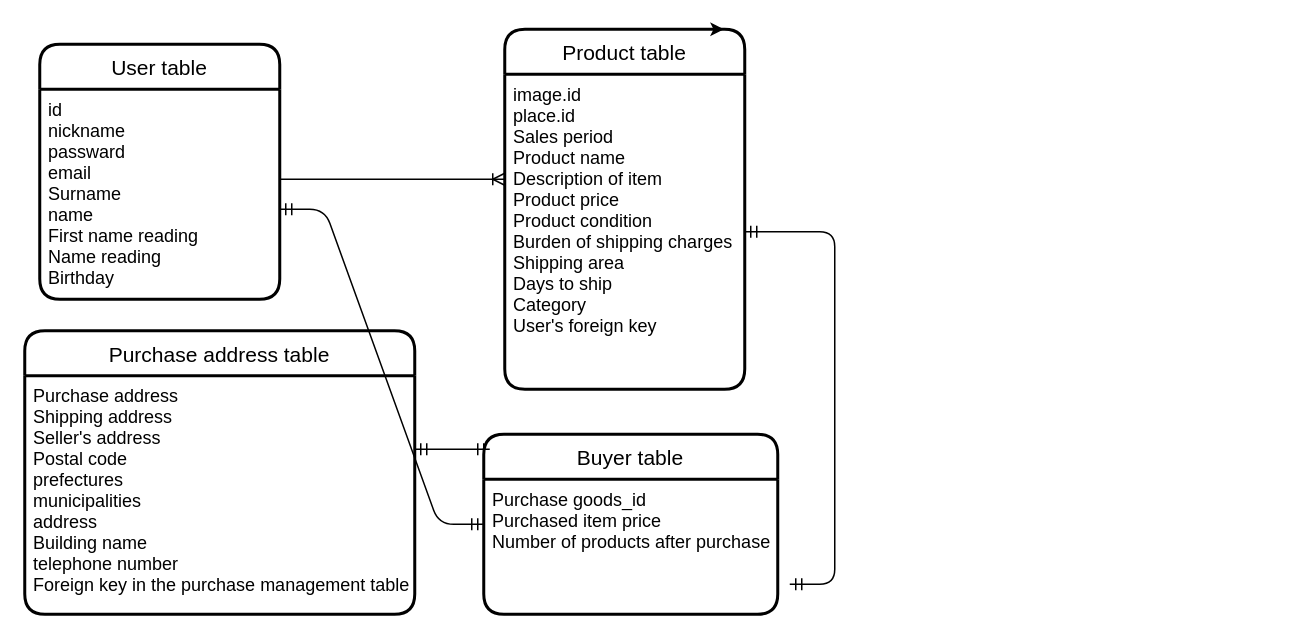
Above: REDEME.dio in KAWAUchi1013/furima-37180 (draw.io), before the change. Source tidied: cells renumbered, new cells numbered last; positions are measured from the earlier drawing's top-left corner, leaving out a move shared by most shapes. Both pictures are drawn from the tidied source at 150%, with x=0, y=0 at pixel (24, 28).
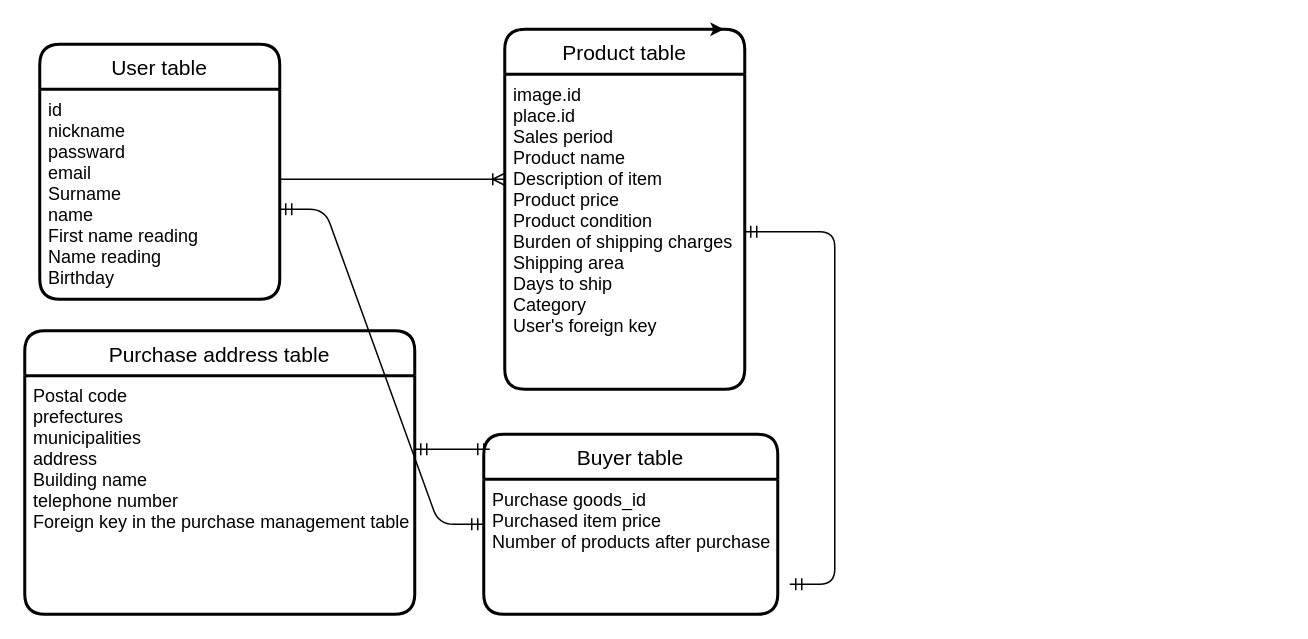
The same diagram, later.

Change to the diagram source:
```diff
@@
 <mxGraphModel>
   <root>
     <mxCell id="0" />
     <mxCell id="1" parent="0" />
     <mxCell id="2" value="User table" style="swimlane;horizontal=1;startSize=30;rounded=1;fontSize=14;fontStyle=0;strokeWidth=2;shadow=0;dashed=0;align=center;" parent="1" vertex="1">
       <mxGeometry x="10" y="10" width="160" height="170" as="geometry" />
     </mxCell>
     <mxCell id="3" value="id&#10;nickname&#10;passward&#10;email&#10;Surname&#10;name&#10;First name reading&#10;Name reading&#10;Birthday" style="align=left;strokeColor=none;fillColor=none;spacingLeft=4;fontSize=12;verticalAlign=top;" parent="2" vertex="1">
       <mxGeometry y="30" width="160" height="140" as="geometry" />
     </mxCell>
     <mxCell id="4" value="Product table" style="swimlane;horizontal=1;startSize=30;rounded=1;fontSize=14;fontStyle=0;strokeWidth=2;shadow=0;dashed=0;align=center;" parent="1" vertex="1">
       <mxGeometry x="320" width="160" height="240" as="geometry" />
     </mxCell>
     <mxCell id="5" value="image.id　　　　　　　　　　　　　　　　　　　　　　　　　　　　　　　　　　　　　　　&#10;place.id&#10;Sales period&#10;Product name&#10;Description of item&#10;Product price&#10;Product condition&#10;Burden of shipping charges&#10;Shipping area&#10;Days to ship&#10;Category&#10;User's foreign key" style="align=left;strokeColor=none;fillColor=none;spacingLeft=4;fontSize=12;verticalAlign=top;" parent="4" vertex="1">
       <mxGeometry y="30" width="160" height="210" as="geometry" />
     </mxCell>
     <mxCell id="6" value="Buyer table" style="swimlane;horizontal=1;startSize=30;rounded=1;fontSize=14;fontStyle=0;strokeWidth=2;shadow=0;dashed=0;align=center;" parent="1" vertex="1">
       <mxGeometry x="306" y="270" width="196" height="120" as="geometry" />
     </mxCell>
     <mxCell id="7" value="Purchase goods_id&#10;Purchased item price&#10;Number of products after purchase&#10;" style="align=left;strokeColor=none;fillColor=none;spacingLeft=4;fontSize=12;verticalAlign=top;" parent="6" vertex="1">
       <mxGeometry y="30" width="196" height="90" as="geometry" />
     </mxCell>
     <mxCell id="8" style="edgeStyle=entityRelationEdgeStyle;fontSize=12;html=1;endArrow=ERoneToMany;" parent="1" edge="1">
       <mxGeometry relative="1" as="geometry">
         <mxPoint x="170" y="100" as="sourcePoint" />
         <mxPoint x="320" y="100" as="targetPoint" />
       </mxGeometry>
     </mxCell>
     <mxCell id="9" value="Purchase address table" style="swimlane;horizontal=1;startSize=30;rounded=1;fontSize=14;fontStyle=0;strokeWidth=2;shadow=0;dashed=0;align=center;direction=east;" parent="1" vertex="1">
       <mxGeometry y="201" width="260" height="189" as="geometry" />
     </mxCell>
-    <mxCell id="10" value="Purchase address&#10;Shipping address&#10;Seller's address&#10;Postal code&#10;prefectures&#10;municipalities&#10;address&#10;Building name&#10;telephone number&#10;Foreign key in the purchase management table" style="align=left;strokeColor=none;fillColor=none;spacingLeft=4;fontSize=12;verticalAlign=top;" parent="9" vertex="1">
+    <mxCell id="10" value="Postal code&#10;prefectures&#10;municipalities&#10;address&#10;Building name&#10;telephone number&#10;Foreign key in the purchase management table" style="align=left;strokeColor=none;fillColor=none;spacingLeft=4;fontSize=12;verticalAlign=top;" parent="9" vertex="1">
       <mxGeometry y="30" width="260" height="159" as="geometry" />
     </mxCell>
     <mxCell id="11" style="edgeStyle=entityRelationEdgeStyle;fontSize=12;html=1;endArrow=ERmandOne;startArrow=ERmandOne;" parent="1" edge="1" target="5">
       <mxGeometry relative="1" as="geometry">
         <mxPoint x="510" y="370" as="sourcePoint" />
       </mxGeometry>
     </mxCell>
     <mxCell id="12" style="edgeStyle=entityRelationEdgeStyle;fontSize=12;html=1;endArrow=ERmandOne;startArrow=ERmandOne;" parent="1" edge="1">
       <mxGeometry relative="1" as="geometry">
         <mxPoint x="260" y="280" as="sourcePoint" />
         <mxPoint x="310" y="280" as="targetPoint" />
       </mxGeometry>
     </mxCell>
     <mxCell id="13" style="edgeStyle=entityRelationEdgeStyle;fontSize=12;html=1;endArrow=ERmandOne;startArrow=ERmandOne;" parent="1" edge="1" target="6">
       <mxGeometry relative="1" as="geometry">
         <mxPoint x="170" y="120" as="sourcePoint" />
       </mxGeometry>
     </mxCell>
     <mxCell id="14" style="edgeStyle=none;html=1;exitX=0.5;exitY=0;exitDx=0;exitDy=0;entryX=0.913;entryY=0;entryDx=0;entryDy=0;entryPerimeter=0;" parent="1" edge="1" source="4" target="4">
       <mxGeometry relative="1" as="geometry" />
     </mxCell>
   </root>
 </mxGraphModel>
```
